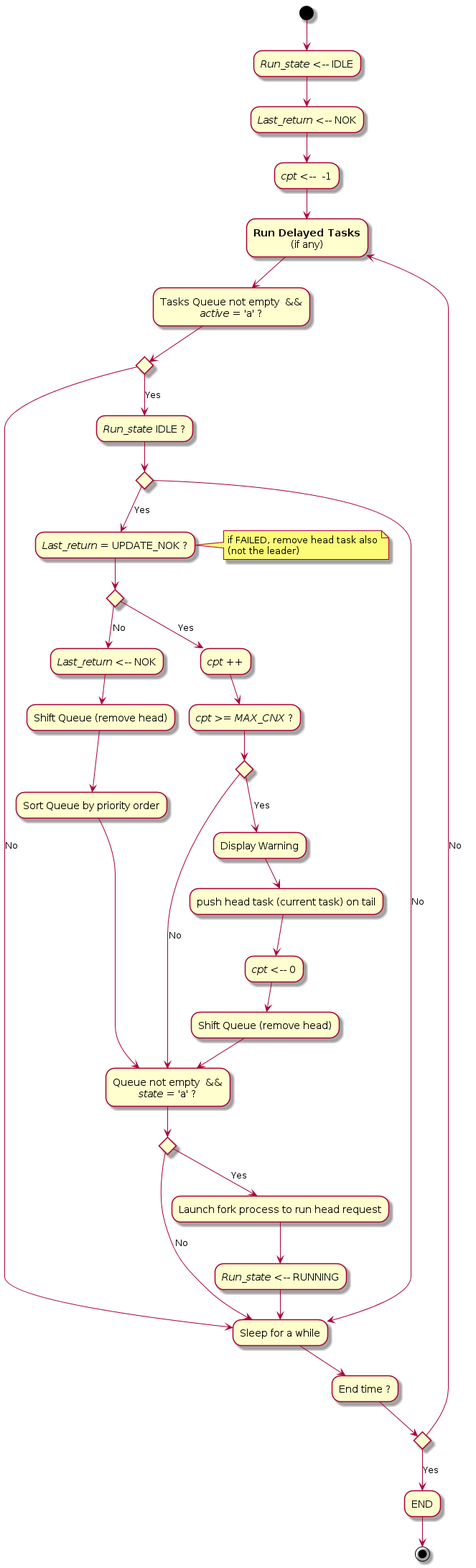
tof25/DST keeps this PlantUML diagram as doc/UML/Algo_run_tasks_queue.png. Above is the earlier version.
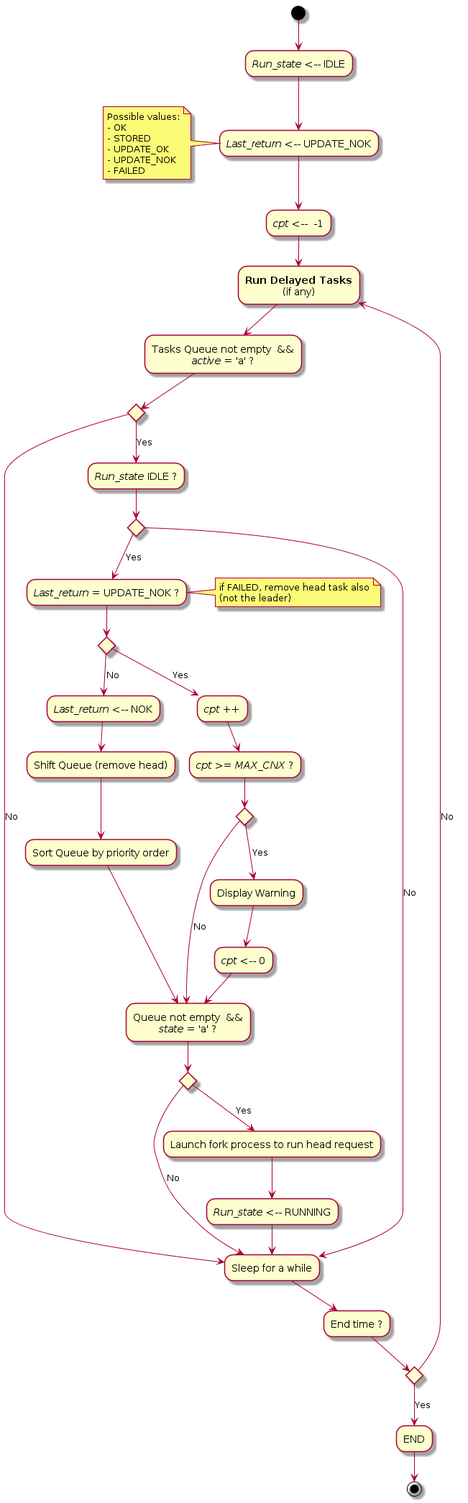
After the change.

What changed in the source:
```diff
@@ -1,7 +1,15 @@
 @startuml
 
 (*top) --> "<i>Run_state</i> <-- IDLE" as init1
---> "<i>Last_return</i> <-- NOK" as init2
+--> "<i>Last_return</i> <-- UPDATE_NOK" as init2
+note left
+    Possible values:
+    - OK
+    - STORED
+    - UPDATE_OK
+    - UPDATE_NOK
+    - FAILED
+end note
 --> "<i>cpt</i> <--  -1" as init3
 
 --> "<b>Run Delayed Tasks</b>\n(if any)" as q1
@@ -31,9 +39,7 @@
             --> "<i>cpt</i> >= <i>MAX_CNX</i> ?"
             if "" then
                 -->[Yes] "Display Warning"
-                --> push head task (current task) on tail
                 --> "<i>cpt</i> <-- 0"
-                --> "Shift Queue (remove head)" as q4
                 --> q2
             else
                 -->[No] q2
```
